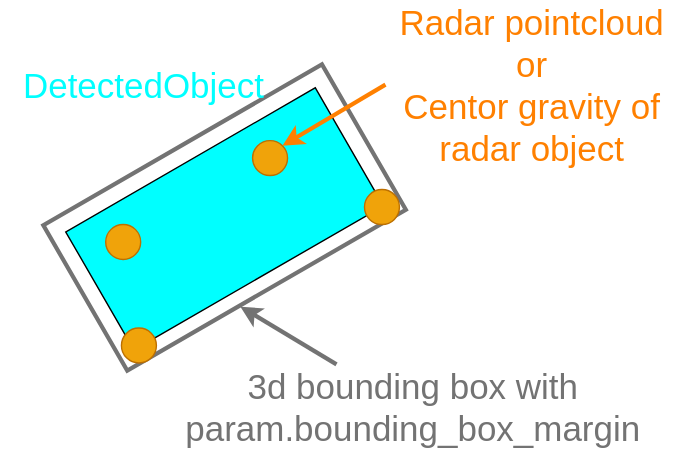
Before: radar_fusion_to_detected_object/docs/radar_fusion_to_detected_object_1.drawio.svg, a diagram exported from draw.io (scepter914/my-autoware-workspace). Source tidied: cells renumbered, new cells last; positions are measured from the earlier drawing's top-left corner, leaving out a move shared by most shapes. Its diagram source:
```xml
<mxGraphModel>
  <root>
    <mxCell id="0" />
    <mxCell id="1" parent="0" />
    <mxCell id="2" style="rounded=0;whiteSpace=wrap;html=1;rotation=60;strokeWidth=3;strokeColor=#737373;" parent="1" vertex="1">
      <mxGeometry x="100" y="20" width="120" height="230" as="geometry" />
    </mxCell>
    <mxCell id="3" value="&lt;font&gt;&lt;font style=&quot;font-size: 25px&quot; color=&quot;#00ffff&quot;&gt;DetectedObject&lt;/font&gt;&lt;br&gt;&lt;/font&gt;" style="text;html=1;strokeColor=none;fillColor=none;align=center;verticalAlign=middle;whiteSpace=wrap;rounded=0;" parent="1" vertex="1">
      <mxGeometry width="205" height="80" as="geometry" />
    </mxCell>
    <mxCell id="4" style="rounded=0;whiteSpace=wrap;html=1;rotation=60;fillColor=#00FFFF;" parent="1" vertex="1">
      <mxGeometry x="111.2" y="33" width="97.5" height="206" as="geometry" />
    </mxCell>
    <mxCell id="5" style="ellipse;whiteSpace=wrap;html=1;fillColor=#f0a30a;strokeColor=#BD7000;fontColor=#ffffff;" parent="1" vertex="1">
      <mxGeometry x="260" y="115" width="25" height="25" as="geometry" />
    </mxCell>
    <mxCell id="6" style="ellipse;whiteSpace=wrap;html=1;fillColor=#f0a30a;strokeColor=#BD7000;fontColor=#ffffff;" parent="1" vertex="1">
      <mxGeometry x="180" y="80" width="25" height="25" as="geometry" />
    </mxCell>
    <mxCell id="7" style="ellipse;whiteSpace=wrap;html=1;fillColor=#f0a30a;strokeColor=#BD7000;fontColor=#ffffff;" parent="1" vertex="1">
      <mxGeometry x="75" y="140" width="25" height="25" as="geometry" />
    </mxCell>
    <mxCell id="8" style="ellipse;whiteSpace=wrap;html=1;fillColor=#f0a30a;strokeColor=#BD7000;fontColor=#ffffff;" parent="1" vertex="1">
      <mxGeometry x="86.2" y="214" width="25" height="25" as="geometry" />
    </mxCell>
    <mxCell id="9" style="endArrow=classic;html=1;strokeWidth=3;entryX=1.007;entryY=0.596;entryDx=0;entryDy=0;entryPerimeter=0;strokeColor=#737373;" parent="1" edge="1" target="2">
      <mxGeometry relative="1" as="geometry">
        <mxPoint x="240" y="240" as="sourcePoint" />
      </mxGeometry>
    </mxCell>
    <mxCell id="10" value="&lt;font&gt;&lt;font style=&quot;font-size: 25px&quot; color=&quot;#737373&quot;&gt;3d bounding box with param.bounding_box_margin&lt;/font&gt;&lt;br&gt;&lt;/font&gt;" style="text;html=1;strokeColor=none;fillColor=none;align=center;verticalAlign=middle;whiteSpace=wrap;rounded=0;" parent="1" vertex="1">
      <mxGeometry x="120" y="230" width="350" height="80" as="geometry" />
    </mxCell>
    <mxCell id="11" value="&lt;font&gt;&lt;font style=&quot;font-size: 25px&quot; color=&quot;#ff8000&quot;&gt;Radar pointcloud&lt;br&gt;or&lt;br&gt;Centor gravity of radar object&lt;/font&gt;&lt;br&gt;&lt;/font&gt;" style="text;html=1;strokeColor=none;fillColor=none;align=center;verticalAlign=middle;whiteSpace=wrap;rounded=0;" parent="1" vertex="1">
      <mxGeometry x="275" width="210" height="80" as="geometry" />
    </mxCell>
    <mxCell id="12" style="endArrow=classic;html=1;strokeWidth=3;entryX=1;entryY=0;entryDx=0;entryDy=0;strokeColor=#FF8000;" parent="1" edge="1" target="6">
      <mxGeometry relative="1" as="geometry">
        <mxPoint x="275" y="40" as="sourcePoint" />
      </mxGeometry>
    </mxCell>
  </root>
</mxGraphModel>
```
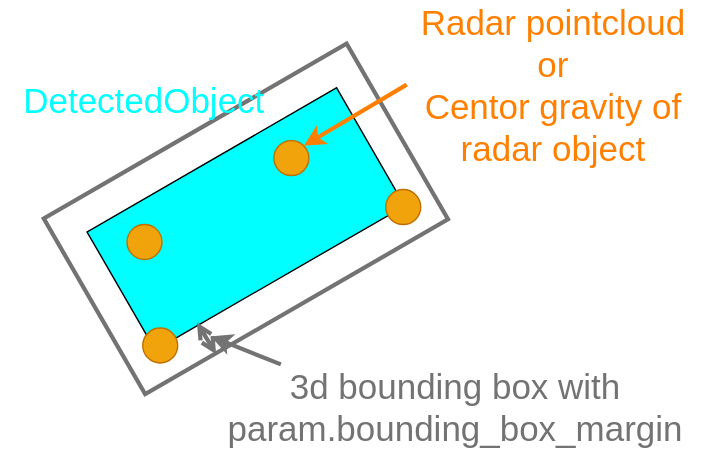
After the change.

The edit, as a diff of the source:
```diff
@@ -3,10 +3,10 @@
     <mxCell id="0" />
     <mxCell id="1" parent="0" />
     <mxCell id="2" style="rounded=0;whiteSpace=wrap;html=1;rotation=60;strokeWidth=3;strokeColor=#737373;" parent="1" vertex="1">
-      <mxGeometry x="100" y="20" width="120" height="230" as="geometry" />
+      <mxGeometry x="87.5" y="11" width="145" height="250" as="geometry" />
     </mxCell>
     <mxCell id="3" value="&lt;font&gt;&lt;font style=&quot;font-size: 25px&quot; color=&quot;#00ffff&quot;&gt;DetectedObject&lt;/font&gt;&lt;br&gt;&lt;/font&gt;" style="text;html=1;strokeColor=none;fillColor=none;align=center;verticalAlign=middle;whiteSpace=wrap;rounded=0;" parent="1" vertex="1">
-      <mxGeometry width="205" height="80" as="geometry" />
+      <mxGeometry x="-15" y="11" width="205" height="80" as="geometry" />
     </mxCell>
     <mxCell id="4" style="rounded=0;whiteSpace=wrap;html=1;rotation=60;fillColor=#00FFFF;" parent="1" vertex="1">
       <mxGeometry x="111.2" y="33" width="97.5" height="206" as="geometry" />
@@ -23,13 +23,14 @@
     <mxCell id="8" style="ellipse;whiteSpace=wrap;html=1;fillColor=#f0a30a;strokeColor=#BD7000;fontColor=#ffffff;" parent="1" vertex="1">
       <mxGeometry x="86.2" y="214" width="25" height="25" as="geometry" />
     </mxCell>
-    <mxCell id="9" style="endArrow=classic;html=1;strokeWidth=3;entryX=1.007;entryY=0.596;entryDx=0;entryDy=0;entryPerimeter=0;strokeColor=#737373;" parent="1" edge="1" target="2">
+    <mxCell id="9" style="endArrow=classic;html=1;strokeWidth=3;strokeColor=#737373;" parent="1" edge="1">
       <mxGeometry relative="1" as="geometry">
-        <mxPoint x="240" y="240" as="sourcePoint" />
+        <mxPoint x="185" y="240" as="sourcePoint" />
+        <mxPoint x="135" y="220" as="targetPoint" />
       </mxGeometry>
     </mxCell>
     <mxCell id="10" value="&lt;font&gt;&lt;font style=&quot;font-size: 25px&quot; color=&quot;#737373&quot;&gt;3d bounding box with param.bounding_box_margin&lt;/font&gt;&lt;br&gt;&lt;/font&gt;" style="text;html=1;strokeColor=none;fillColor=none;align=center;verticalAlign=middle;whiteSpace=wrap;rounded=0;" parent="1" vertex="1">
-      <mxGeometry x="120" y="230" width="350" height="80" as="geometry" />
+      <mxGeometry x="135" y="230" width="350" height="80" as="geometry" />
     </mxCell>
     <mxCell id="11" value="&lt;font&gt;&lt;font style=&quot;font-size: 25px&quot; color=&quot;#ff8000&quot;&gt;Radar pointcloud&lt;br&gt;or&lt;br&gt;Centor gravity of radar object&lt;/font&gt;&lt;br&gt;&lt;/font&gt;" style="text;html=1;strokeColor=none;fillColor=none;align=center;verticalAlign=middle;whiteSpace=wrap;rounded=0;" parent="1" vertex="1">
       <mxGeometry x="275" width="210" height="80" as="geometry" />
@@ -39,5 +40,10 @@
         <mxPoint x="275" y="40" as="sourcePoint" />
       </mxGeometry>
     </mxCell>
+    <mxCell id="13" style="endArrow=open;html=1;strokeWidth=3;entryX=1.007;entryY=0.596;entryDx=0;entryDy=0;entryPerimeter=0;strokeColor=#737373;startArrow=open;startFill=0;endFill=0;exitX=1.004;exitY=0.767;exitDx=0;exitDy=0;exitPerimeter=0;" parent="1" edge="1" source="2">
+      <mxGeometry relative="1" as="geometry">
+        <mxPoint x="125" y="210" as="targetPoint" />
+      </mxGeometry>
+    </mxCell>
   </root>
 </mxGraphModel>
```
